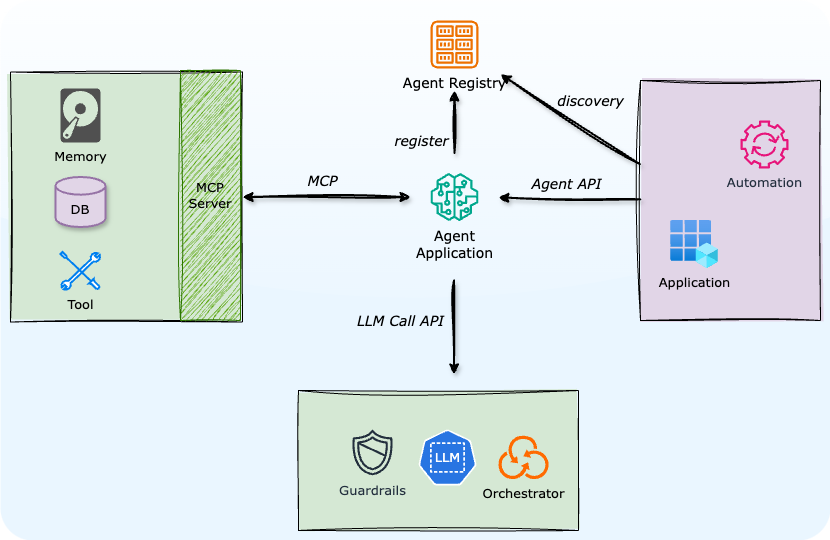
Before: images/arch.drawio.png, a diagram exported from draw.io (agile-lab-dev/Agent-Specification). Source tidied: cells renumbered, new cells last; positions are measured from the earlier drawing's top-left corner, leaving out a move shared by most shapes.
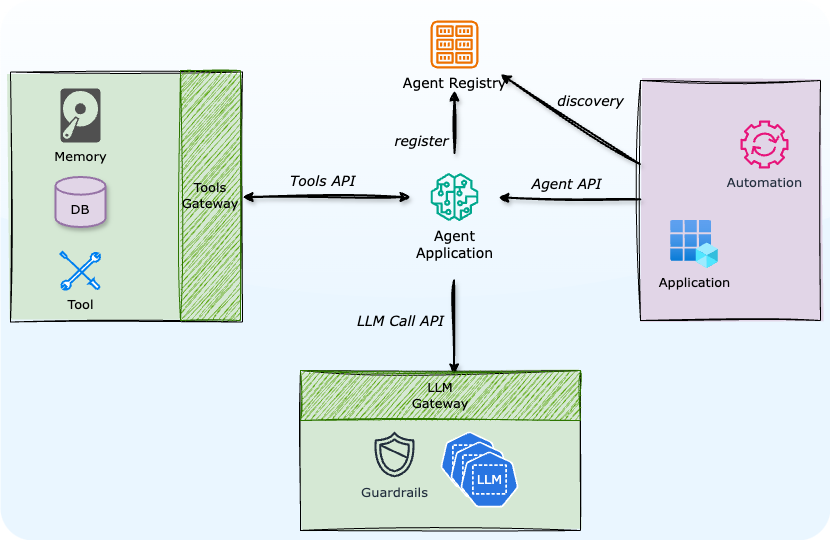
Above is the later version.

Commit message:
Diagram: remove MCP labels, to bemore a logical architecture (#3)

Change to the diagram source:
```diff
@@ -10,7 +10,7 @@
       <mxGeometry x="640" y="80" width="180" height="240" as="geometry" />
     </mxCell>
     <mxCell id="5" style="rounded=0;whiteSpace=wrap;html=1;fillColor=#d5e8d4;strokeColor=default;sketch=1;curveFitting=1;jiggle=2;fillStyle=solid;fontSize=13;fontFamily=Verdana;" parent="3" vertex="1">
-      <mxGeometry x="298" y="390" width="280" height="140" as="geometry" />
+      <mxGeometry x="300" y="370" width="280" height="160" as="geometry" />
     </mxCell>
     <mxCell id="6" style="rounded=0;whiteSpace=wrap;html=1;fillColor=#d5e8d4;strokeColor=default;sketch=1;curveFitting=1;jiggle=2;fillStyle=solid;fontSize=13;fontFamily=Verdana;" parent="3" vertex="1">
       <mxGeometry x="10" y="71.5" width="232" height="250" as="geometry" />
@@ -29,7 +29,7 @@
     <mxCell id="10" style="edgeStyle=none;html=1;sketch=1;curveFitting=1;jiggle=2;entryX=1;entryY=0.5;entryDx=0;entryDy=0;startArrow=classic;startFill=1;fontSize=14;fontFamily=Verdana;fontColor=#000000;strokeColor=#000000;shadow=1;strokeWidth=2;" parent="3" edge="1" source="12" target="6">
       <mxGeometry relative="1" as="geometry" />
     </mxCell>
-    <mxCell id="11" value="MCP" style="edgeLabel;html=1;align=center;verticalAlign=middle;fontSize=14;fontFamily=Verdana;labelBackgroundColor=none;fontColor=#000000;fontStyle=2;" parent="10" vertex="1">
+    <mxCell id="11" value="Tools API" style="edgeLabel;html=1;align=center;verticalAlign=middle;fontSize=14;fontFamily=Verdana;labelBackgroundColor=none;fontColor=#000000;fontStyle=2;" parent="10" vertex="1">
       <mxGeometry x="0.06" y="-1" relative="1" as="geometry">
         <mxPoint y="-15" as="offset" />
       </mxGeometry>
@@ -41,16 +41,13 @@
       <mxGeometry x="60" y="251.5" width="40" height="38" as="geometry" />
     </mxCell>
     <mxCell id="14" value="Guardrails" style="sketch=0;fontColor=#232F3E;gradientColor=none;fillColor=#232F3D;strokeColor=none;dashed=0;verticalLabelPosition=bottom;verticalAlign=top;align=center;html=1;fontSize=13;fontStyle=0;shape=mxgraph.aws4.shield2;fontFamily=Verdana;" parent="3" vertex="1">
-      <mxGeometry x="348" y="428" width="48" height="48" as="geometry" />
+      <mxGeometry x="370" y="430" width="48" height="48" as="geometry" />
     </mxCell>
     <mxCell id="15" value="Memory" style="sketch=0;shadow=0;dashed=0;html=1;strokeColor=none;fillColor=#505050;labelPosition=center;verticalLabelPosition=bottom;verticalAlign=top;align=center;shape=mxgraph.office.devices.hard_disk;fontSize=13;fontFamily=Verdana;" parent="3" vertex="1">
       <mxGeometry x="60" y="88" width="40" height="54" as="geometry" />
     </mxCell>
-    <mxCell id="16" value="Orchestrator" style="html=1;align=center;shadow=0;dashed=0;fillColor=#FF6A00;strokeColor=none;shape=mxgraph.alibaba_cloud.ros_resource_orchestration_service;labelPosition=center;verticalLabelPosition=bottom;verticalAlign=top;fontSize=13;fontFamily=Verdana;" parent="3" vertex="1">
-      <mxGeometry x="498" y="435.2" width="50.1" height="43.5" as="geometry" />
-    </mxCell>
     <mxCell id="17" value="LLM" style="sketch=0;html=1;dashed=0;whitespace=wrap;verticalLabelPosition=middle;verticalAlign=middle;fillColor=#2875E2;strokeColor=#ffffff;shape=mxgraph.kubernetes.icon2;prIcon=ns;labelPosition=center;align=center;fontColor=light-dark(#ffffff, #ededed);fontSize=13;fontFamily=Verdana;" parent="3" vertex="1">
-      <mxGeometry x="418" y="428" width="58" height="58" as="geometry" />
+      <mxGeometry x="440" y="430" width="58" height="58" as="geometry" />
     </mxCell>
     <mxCell id="18" style="edgeStyle=none;html=1;sketch=1;curveFitting=1;jiggle=2;exitX=-0.003;exitY=0.349;exitDx=0;exitDy=0;exitPerimeter=0;fontSize=14;fontFamily=Verdana;fontColor=#000000;strokeColor=#000000;shadow=1;strokeWidth=2;" parent="3" edge="1" source="4" target="7">
       <mxGeometry relative="1" as="geometry" />
@@ -77,7 +74,7 @@
     <mxCell id="24" value="DB" style="shape=cylinder3;whiteSpace=wrap;html=1;boundedLbl=1;backgroundOutline=1;size=8.833343505859403;fontSize=13;fontFamily=Verdana;shadow=1;strokeWidth=2;fillColor=#e1d5e7;strokeColor=#9673a6;" parent="3" vertex="1">
       <mxGeometry x="55" y="176.5" width="50" height="50" as="geometry" />
     </mxCell>
-    <mxCell id="25" value="MCP Server" style="rounded=0;whiteSpace=wrap;html=1;sketch=1;curveFitting=1;jiggle=2;fillStyle=hachure;fontSize=13;fontFamily=Verdana;fillColor=#60a917;fontColor=#000000;strokeColor=#2D7600;" parent="3" vertex="1">
+    <mxCell id="25" value="Tools&lt;div&gt;Gateway&lt;/div&gt;" style="rounded=0;whiteSpace=wrap;html=1;sketch=1;curveFitting=1;jiggle=2;fillStyle=hachure;fontSize=13;fontFamily=Verdana;fillColor=#60a917;fontColor=#000000;strokeColor=#2D7600;" parent="3" vertex="1">
       <mxGeometry x="180" y="70" width="60" height="250" as="geometry" />
     </mxCell>
     <mxCell id="26" style="edgeStyle=none;html=1;sketch=1;curveFitting=1;jiggle=2;startArrow=none;startFill=0;fontSize=14;fontFamily=Verdana;fontColor=#000000;strokeColor=#000000;shadow=1;strokeWidth=2;" parent="3" edge="1">
@@ -91,5 +88,14 @@
         <mxPoint x="-53" y="-10" as="offset" />
       </mxGeometry>
     </mxCell>
+    <mxCell id="28" value="LLM" style="sketch=0;html=1;dashed=0;whitespace=wrap;verticalLabelPosition=middle;verticalAlign=middle;fillColor=#2875E2;strokeColor=#ffffff;shape=mxgraph.kubernetes.icon2;prIcon=ns;labelPosition=center;align=center;fontColor=light-dark(#ffffff, #ededed);fontSize=13;fontFamily=Verdana;" parent="3" vertex="1">
+      <mxGeometry x="450" y="440" width="58" height="58" as="geometry" />
+    </mxCell>
+    <mxCell id="29" value="LLM" style="sketch=0;html=1;dashed=0;whitespace=wrap;verticalLabelPosition=middle;verticalAlign=middle;fillColor=#2875E2;strokeColor=#ffffff;shape=mxgraph.kubernetes.icon2;prIcon=ns;labelPosition=center;align=center;fontColor=light-dark(#ffffff, #ededed);fontSize=13;fontFamily=Verdana;" parent="3" vertex="1">
+      <mxGeometry x="460" y="450" width="58" height="58" as="geometry" />
+    </mxCell>
+    <mxCell id="30" value="LLM&lt;div&gt;Gateway&lt;/div&gt;" style="rounded=0;whiteSpace=wrap;html=1;sketch=1;curveFitting=1;jiggle=2;fillStyle=hachure;fontSize=13;fontFamily=Verdana;fillColor=#60a917;fontColor=#000000;strokeColor=#2D7600;" parent="3" vertex="1">
+      <mxGeometry x="300" y="370" width="280" height="50" as="geometry" />
+    </mxCell>
   </root>
 </mxGraphModel>
```
